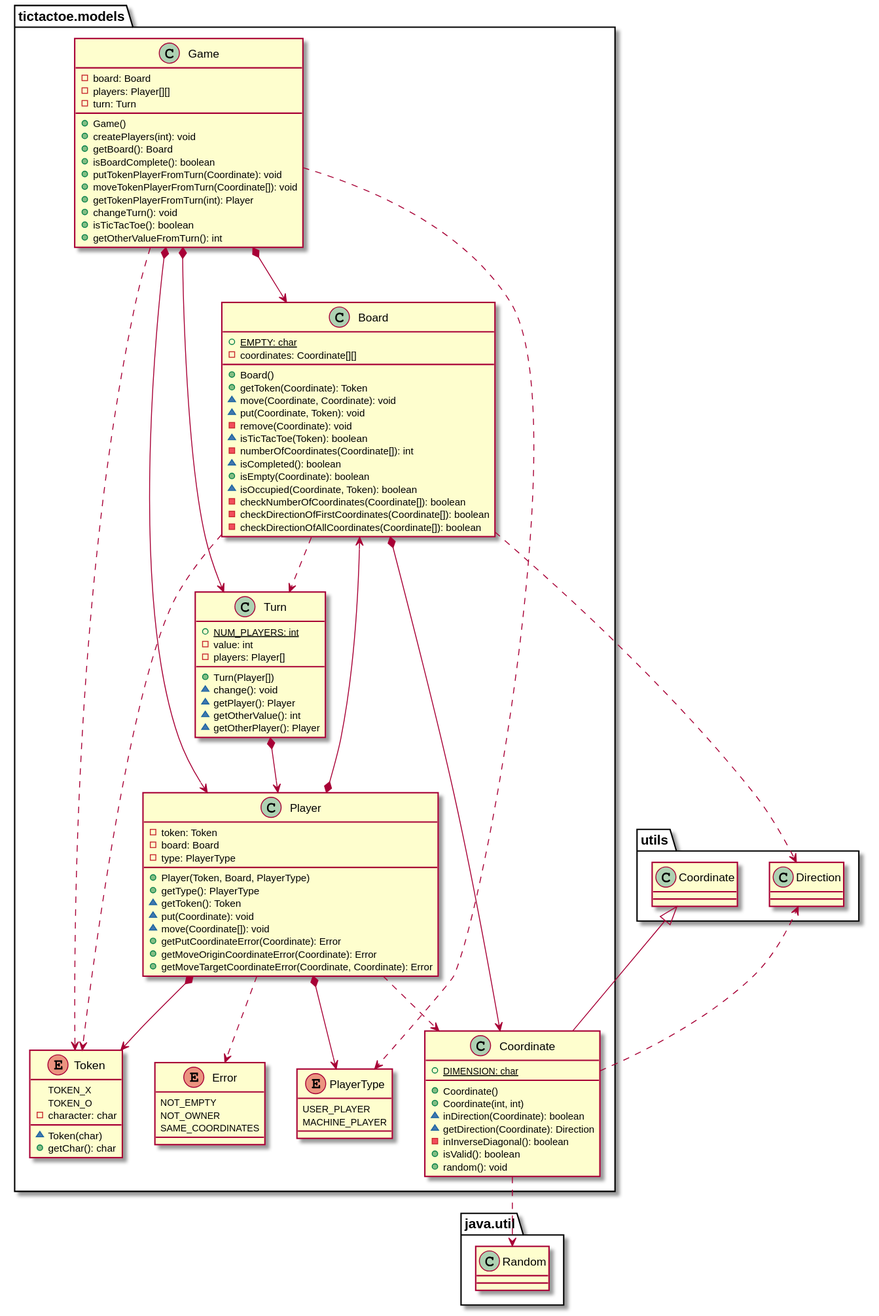
x-USantaTecla-game-ticTacToe/java keeps this PlantUML diagram as docs/build/docs/asciidoc/images/tictactoeModels.svg. Above is the earlier version.
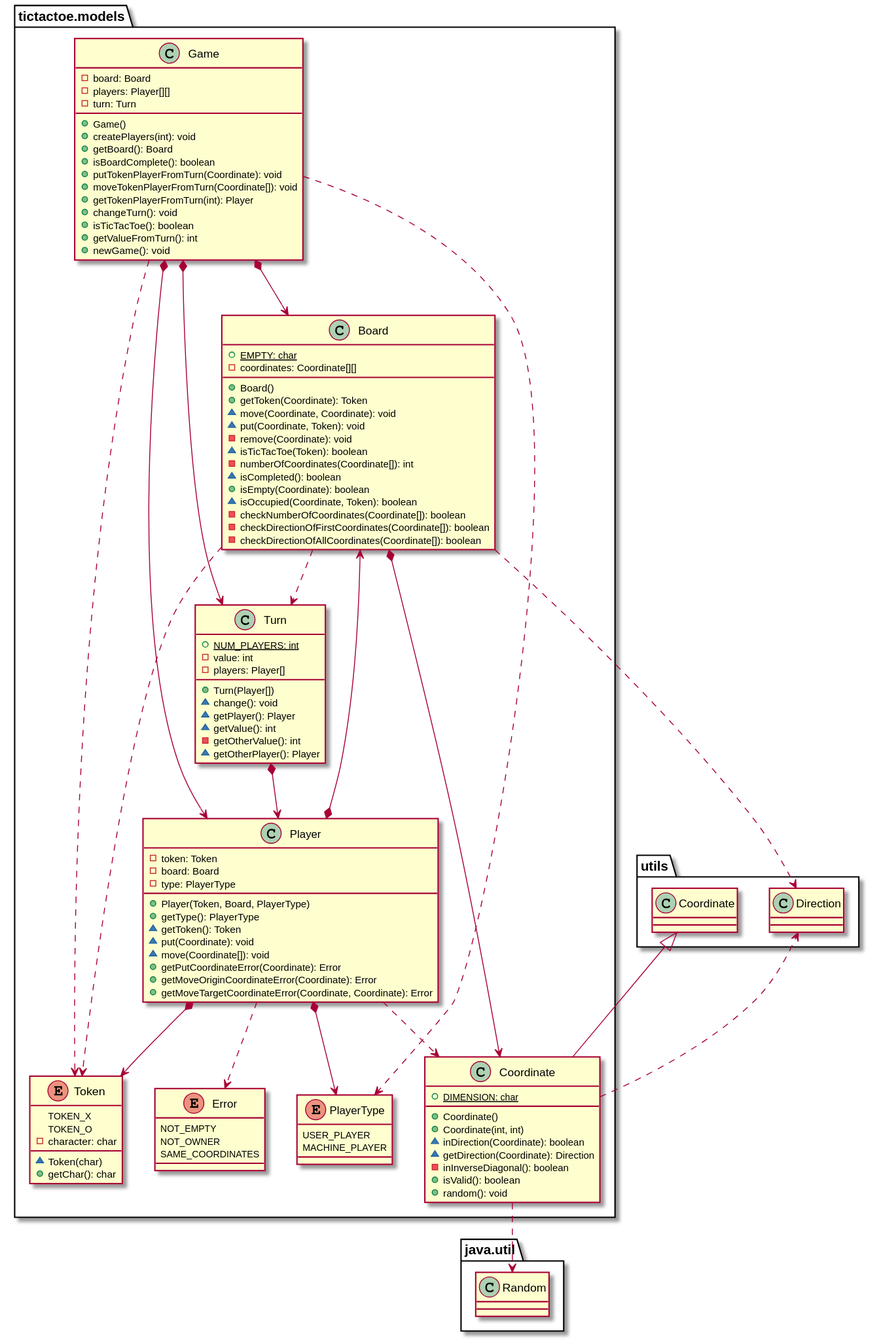
The same file after the commit.

What changed in the source:
```diff
@@ -55,7 +55,8 @@
 + getTokenPlayerFromTurn(int): Player
 + changeTurn(): void
 + isTicTacToe(): boolean
-+ getOtherValueFromTurn(): int
++ getValueFromTurn(): int
++ newGame(): void
 }
 tictactoe.models.Game *-down-> tictactoe.models.Board
 tictactoe.models.Game *-down-> tictactoe.models.Player
@@ -102,7 +103,8 @@
 + Turn(Player[])
 ~ change(): void
 ~ getPlayer(): Player
-~ getOtherValue(): int
+~ getValue(): int
+- getOtherValue(): int
 ~ getOtherPlayer(): Player
 }
 tictactoe.models.Turn *-down-> tictactoe.models.Player
```
